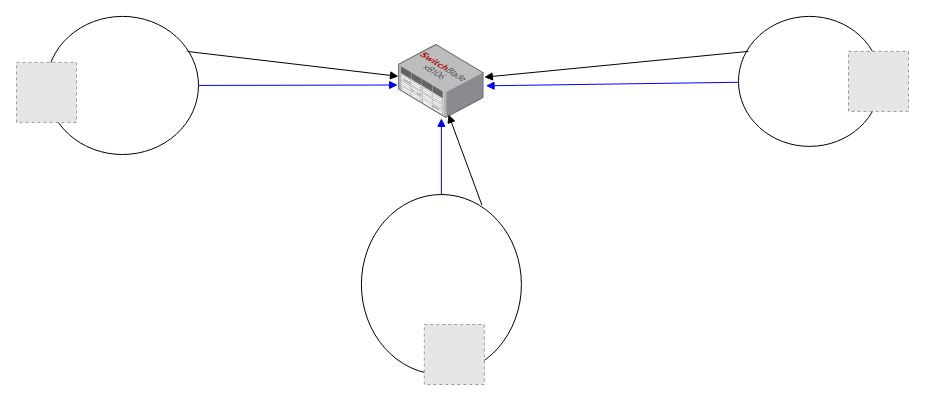
Above: cluster_architecture.drawio in mark-p-mcd/hello-world (draw.io), before the change. Source tidied: cells renumbered, new cells numbered last; positions are measured from the earlier drawing's top-left corner, leaving out a move shared by most shapes. Both pictures are drawn from the tidied source at 100%, with x=0, y=0 at pixel (16, 16). Pictures stored in the file or linked from it are replaced by grey dashed boxes.
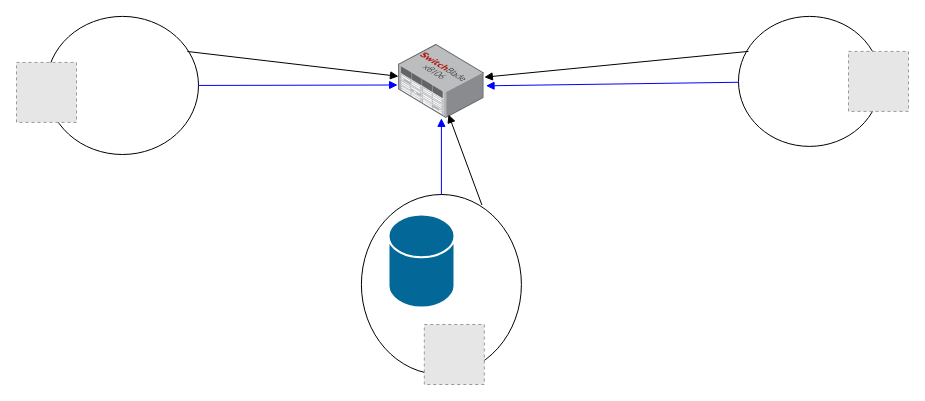
After the change.

Diff of the diagram source:
```diff
@@
 <mxGraphModel>
   <root>
     <mxCell id="0" />
     <mxCell id="1" parent="0" />
     <mxCell id="2" style="ellipse;whiteSpace=wrap;html=1;rounded=0;shadow=0;comic=0;strokeWidth=1;fontFamily=Verdana;" parent="1" vertex="1">
       <mxGeometry x="30" y="-0.1" width="152" height="138.1" as="geometry" />
     </mxCell>
     <mxCell id="3" style="ellipse;whiteSpace=wrap;html=1;rounded=0;shadow=0;comic=0;strokeWidth=1;fontFamily=Verdana;" parent="1" vertex="1">
       <mxGeometry x="344.9" y="178" width="160" height="180" as="geometry" />
     </mxCell>
     <mxCell id="4" style="ellipse;whiteSpace=wrap;html=1;rounded=0;shadow=0;comic=0;strokeWidth=1;fontFamily=Verdana;" parent="1" vertex="1">
       <mxGeometry x="722" y="-0.1" width="142" height="130" as="geometry" />
     </mxCell>
     <mxCell id="5" style="rounded=0;html=1;labelBackgroundColor=none;startArrow=none;startFill=0;endArrow=block;endFill=1;strokeColor=#0000FF;strokeWidth=1;fontFamily=Verdana;fontSize=12;entryX=1.02;entryY=0.56;entryDx=0;entryDy=0;entryPerimeter=0;" parent="1" edge="1" source="4" target="8">
       <mxGeometry relative="1" as="geometry" />
     </mxCell>
     <mxCell id="6" style="rounded=0;html=1;labelBackgroundColor=none;startArrow=none;startFill=0;endArrow=block;endFill=1;strokeColor=#0000FF;strokeWidth=1;fontFamily=Verdana;fontSize=12;entryX=-0.01;entryY=0.549;entryDx=0;entryDy=0;entryPerimeter=0;" parent="1" edge="1" source="2" target="8">
       <mxGeometry relative="1" as="geometry" />
     </mxCell>
     <mxCell id="7" style="edgeStyle=none;rounded=0;html=1;labelBackgroundColor=none;startArrow=none;startFill=0;endArrow=block;endFill=1;strokeWidth=1;fontFamily=Verdana;fontSize=12;" parent="1" edge="1" target="8">
       <mxGeometry x="-0.19" y="-14" relative="1" as="geometry">
         <mxPoint x="732" y="34.9" as="sourcePoint" />
       </mxGeometry>
     </mxCell>
     <mxCell id="8" style="points=[];html=1;align=center;shadow=0;dashed=0;image;image=img/lib/allied_telesis/switch/Modular_Switch_SBx8106.svg;" parent="1" vertex="1">
       <mxGeometry x="382" y="28" width="85.8" height="73.8" as="geometry" />
     </mxCell>
     <mxCell id="9" style="fillColor=#E6E6E6;strokeColor=#999999;dashed=1;verticalLabelPosition=bottom;labelBackgroundColor=none;verticalAlign=top;" parent="1" vertex="1">
       <mxGeometry y="45.9" width="60" height="60" as="geometry" />
     </mxCell>
     <mxCell id="10" style="rounded=0;html=1;labelBackgroundColor=none;startArrow=none;startFill=0;endArrow=block;endFill=1;strokeColor=#0000FF;strokeWidth=1;fontFamily=Verdana;fontSize=12;exitX=0.5;exitY=0;exitDx=0;exitDy=0;" parent="1" edge="1" source="3" target="8">
       <mxGeometry relative="1" as="geometry" />
     </mxCell>
     <mxCell id="11" style="fillColor=#E6E6E6;strokeColor=#999999;dashed=1;verticalLabelPosition=bottom;labelBackgroundColor=none;verticalAlign=top;" parent="1" vertex="1">
       <mxGeometry x="407.8" y="308" width="60" height="60" as="geometry" />
     </mxCell>
     <mxCell id="12" style="fillColor=#E6E6E6;strokeColor=#999999;dashed=1;verticalLabelPosition=bottom;labelBackgroundColor=none;verticalAlign=top;" parent="1" vertex="1">
       <mxGeometry x="832" y="34.9" width="60" height="60" as="geometry" />
     </mxCell>
     <mxCell id="13" style="edgeStyle=none;rounded=0;html=1;labelBackgroundColor=none;startArrow=none;startFill=0;endArrow=block;endFill=1;strokeWidth=1;fontFamily=Verdana;fontSize=12;exitX=0.927;exitY=0.254;exitDx=0;exitDy=0;exitPerimeter=0;" parent="1" edge="1" source="2" target="8">
       <mxGeometry x="-0.19" y="-14" relative="1" as="geometry" />
     </mxCell>
     <mxCell id="14" style="edgeStyle=none;rounded=0;html=1;labelBackgroundColor=none;startArrow=none;startFill=0;endArrow=block;endFill=1;strokeWidth=1;fontFamily=Verdana;fontSize=12;exitX=0.753;exitY=0.058;exitDx=0;exitDy=0;exitPerimeter=0;entryX=0.583;entryY=0.949;entryDx=0;entryDy=0;entryPerimeter=0;" parent="1" edge="1" source="3" target="8">
       <mxGeometry x="-0.19" y="-14" relative="1" as="geometry" />
     </mxCell>
+    <mxCell id="15" style="shape=mxgraph.cisco.storage.relational_database;sketch=0;html=1;dashed=0;fillColor=#036897;strokeColor=#ffffff;strokeWidth=2;verticalLabelPosition=bottom;verticalAlign=top;align=center;labelBackgroundColor=none;" parent="1" vertex="1">
+      <mxGeometry x="372" y="198" width="66" height="93" as="geometry" />
+    </mxCell>
   </root>
 </mxGraphModel>
```
